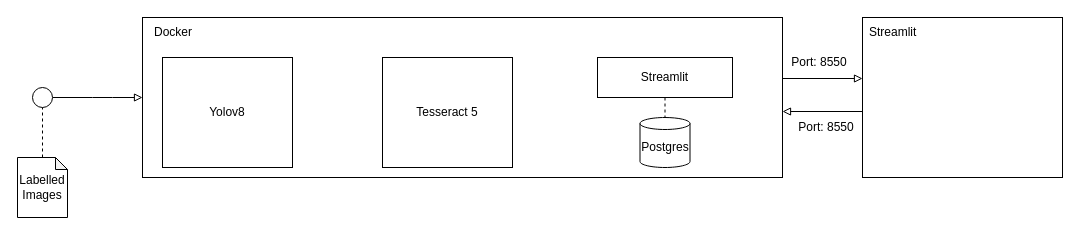
The draw.io diagram page "Physical" (1 of 2) of docs/architecture_0.drawio in leonardosor/siads-699, before the edit. Source tidied: cells renumbered, new cells numbered last; positions are measured from the earlier drawing's top-left corner, leaving out a move shared by most shapes. Both pictures are drawn from the tidied source at 100%, with x=0, y=0 at pixel (17, 17).
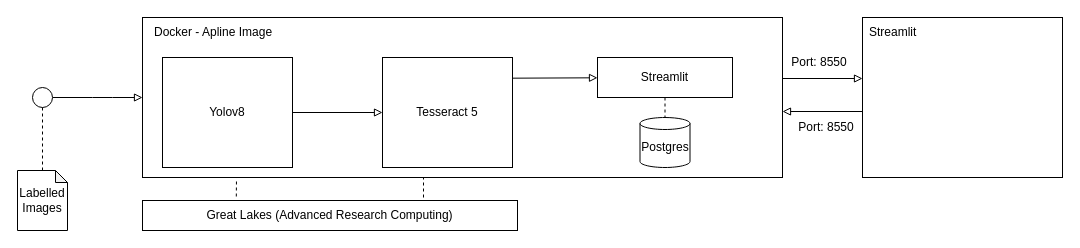
After the change.

The change refers to these unchanged cells:
```xml
<mxCell id="8" value="Yolov8" style="rounded=0;whiteSpace=wrap;html=1;" parent="1" vertex="1">
  <mxGeometry x="145" y="40" width="130" height="110" as="geometry" />
</mxCell>
<mxCell id="9" value="Tesseract 5" style="rounded=0;whiteSpace=wrap;html=1;" parent="1" vertex="1">
  <mxGeometry x="365" y="40" width="130" height="110" as="geometry" />
</mxCell>
<mxCell id="10" value="Streamlit" style="rounded=0;whiteSpace=wrap;html=1;" parent="1" vertex="1">
  <mxGeometry x="580" y="40" width="135" height="40" as="geometry" />
</mxCell>
```

Diff of the diagram source:
```diff
@@
     <mxCell id="4" value="Labelled Images" style="shape=note;whiteSpace=wrap;html=1;backgroundOutline=1;darkOpacity=0.05;size=12;" parent="1" vertex="1">
-      <mxGeometry y="140" width="50" height="60" as="geometry" />
+      <mxGeometry y="153" width="50" height="60" as="geometry" />
     </mxCell>
@@
-    <mxCell id="7" value="Docker" style="text;html=1;align=left;verticalAlign=middle;whiteSpace=wrap;rounded=0;" parent="1" vertex="1">
+    <mxCell id="7" value="Docker - Apline Image" style="text;html=1;align=left;verticalAlign=middle;whiteSpace=wrap;rounded=0;" parent="1" vertex="1">
       <mxGeometry x="135" width="230" height="30" as="geometry" />
     </mxCell>
+    <mxCell id="19" style="edgeStyle=none;html=1;endArrow=block;endFill=0;" parent="1" edge="1" source="8" target="9">
+      <mxGeometry relative="1" as="geometry" />
+    </mxCell>
@@
+    <mxCell id="20" style="edgeStyle=none;html=1;exitX=1.001;exitY=0.188;exitDx=0;exitDy=0;exitPerimeter=0;endArrow=block;endFill=0;" parent="1" edge="1" source="9" target="10">
+      <mxGeometry relative="1" as="geometry" />
+    </mxCell>
@@
+    <mxCell id="21" value="Great Lakes (Advanced Research Computing)" style="rounded=0;whiteSpace=wrap;html=1;" parent="1" vertex="1">
+      <mxGeometry x="125" y="183" width="375" height="30" as="geometry" />
+    </mxCell>
+    <mxCell id="22" style="endArrow=none;dashed=1;html=1;exitX=0.75;exitY=0;exitDx=0;exitDy=0;entryX=0.439;entryY=1;entryDx=0;entryDy=0;entryPerimeter=0;" parent="1" edge="1">
+      <mxGeometry relative="1" as="geometry">
+        <mxPoint x="406" y="180" as="sourcePoint" />
+        <mxPoint x="406" y="160" as="targetPoint" />
+      </mxGeometry>
+    </mxCell>
+    <mxCell id="23" style="endArrow=none;dashed=1;html=1;exitX=0.25;exitY=0;exitDx=0;exitDy=0;" parent="1" edge="1">
+      <mxGeometry relative="1" as="geometry">
+        <mxPoint x="218.8" y="179" as="sourcePoint" />
+        <mxPoint x="219" y="161" as="targetPoint" />
+      </mxGeometry>
+    </mxCell>
```
